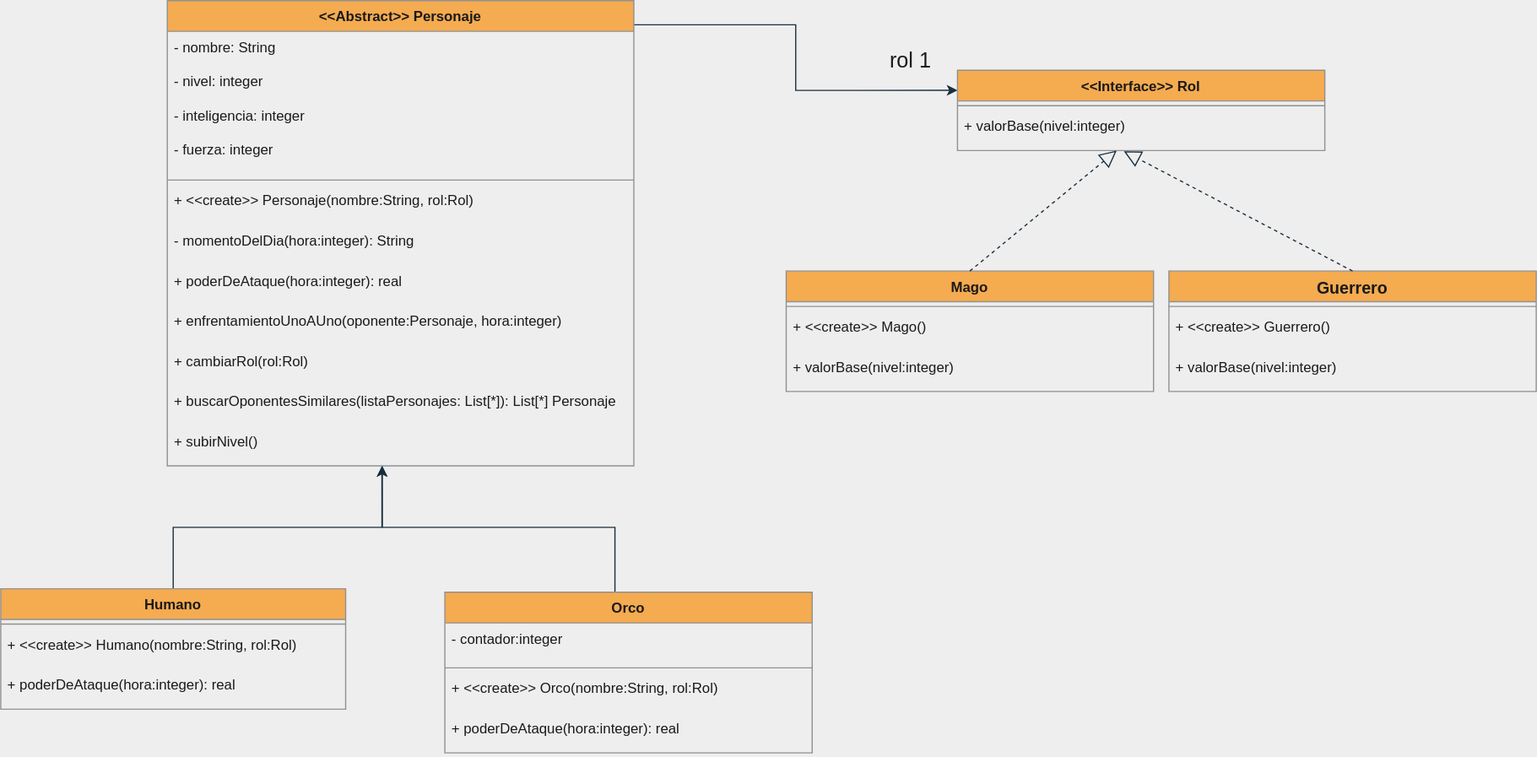
Before: Parciales/ResolucionParcial02/UMLParcial02.svg, a diagram exported from draw.io (dazayamil/Java_Objetos1). Source tidied: cells renumbered, new cells last; positions are measured from the earlier drawing's top-left corner, leaving out a move shared by most shapes. Source of this version:
```xml
<mxGraphModel background="#EEEEEE">
  <root>
    <mxCell id="0" />
    <mxCell id="1" parent="0" />
    <mxCell id="2" style="edgeStyle=orthogonalEdgeStyle;rounded=0;jettySize=auto;html=1;entryX=0;entryY=0.25;entryDx=0;entryDy=0;strokeColor=#182E3E;fontColor=#1A1A1A;exitX=0.998;exitY=0.052;exitDx=0;exitDy=0;exitPerimeter=0;" parent="1" edge="1" source="3" target="27">
      <mxGeometry relative="1" as="geometry" />
    </mxCell>
    <mxCell id="3" value="&lt;&lt;Abstract&gt;&gt; Personaje" style="swimlane;fontStyle=1;align=center;verticalAlign=top;horizontal=1;startSize=26;fillColor=#F5AB50;strokeColor=#909090;fontColor=#1A1A1A;" parent="1" vertex="1">
      <mxGeometry x="141" width="395" height="394" as="geometry" />
    </mxCell>
    <mxCell id="4" value="- nombre: String" style="text;strokeColor=none;fillColor=none;align=left;verticalAlign=top;spacingLeft=4;spacingRight=4;overflow=hidden;fontColor=#1A1A1A;" parent="3" vertex="1">
      <mxGeometry y="26" width="395" height="29" as="geometry" />
    </mxCell>
    <mxCell id="5" value="- nivel: integer" style="text;strokeColor=none;fillColor=none;align=left;verticalAlign=top;spacingLeft=4;spacingRight=4;overflow=hidden;fontColor=#1A1A1A;" parent="3" vertex="1">
      <mxGeometry y="55" width="395" height="29" as="geometry" />
    </mxCell>
    <mxCell id="6" value="- inteligencia: integer" style="text;strokeColor=none;fillColor=none;align=left;verticalAlign=top;spacingLeft=4;spacingRight=4;overflow=hidden;fontColor=#1A1A1A;" parent="3" vertex="1">
      <mxGeometry y="84" width="395" height="29" as="geometry" />
    </mxCell>
    <mxCell id="7" value="- fuerza: integer" style="text;strokeColor=none;fillColor=none;align=left;verticalAlign=top;spacingLeft=4;spacingRight=4;overflow=hidden;fontColor=#1A1A1A;" parent="3" vertex="1">
      <mxGeometry y="113" width="395" height="35" as="geometry" />
    </mxCell>
    <mxCell id="8" style="line;strokeWidth=1;fillColor=none;align=left;verticalAlign=middle;spacingTop=-1;spacingLeft=3;spacingRight=3;labelPosition=right;strokeColor=#909090;labelBackgroundColor=#EEEEEE;fontColor=#1A1A1A;" parent="3" vertex="1">
      <mxGeometry y="148" width="395" height="8" as="geometry" />
    </mxCell>
    <mxCell id="9" value="+ &lt;&lt;create&gt;&gt; Personaje(nombre:String, rol:Rol)" style="text;strokeColor=none;fillColor=none;align=left;verticalAlign=top;spacingLeft=4;spacingRight=4;overflow=hidden;fontColor=#1A1A1A;" parent="3" vertex="1">
      <mxGeometry y="156" width="395" height="34" as="geometry" />
    </mxCell>
    <mxCell id="10" value="- momentoDelDia(hora:integer): String" style="text;strokeColor=none;fillColor=none;align=left;verticalAlign=top;spacingLeft=4;spacingRight=4;overflow=hidden;fontColor=#1A1A1A;" parent="3" vertex="1">
      <mxGeometry y="190" width="395" height="34" as="geometry" />
    </mxCell>
    <mxCell id="11" value="+ poderDeAtaque(hora:integer): real" style="text;strokeColor=none;fillColor=none;align=left;verticalAlign=top;spacingLeft=4;spacingRight=4;overflow=hidden;fontColor=#1A1A1A;" parent="3" vertex="1">
      <mxGeometry y="224" width="395" height="34" as="geometry" />
    </mxCell>
    <mxCell id="12" value="+ enfrentamientoUnoAUno(oponente:Personaje, hora:integer)" style="text;strokeColor=none;fillColor=none;align=left;verticalAlign=top;spacingLeft=4;spacingRight=4;overflow=hidden;fontColor=#1A1A1A;" parent="3" vertex="1">
      <mxGeometry y="258" width="395" height="34" as="geometry" />
    </mxCell>
    <mxCell id="13" value="+ cambiarRol(rol:Rol)" style="text;strokeColor=none;fillColor=none;align=left;verticalAlign=top;spacingLeft=4;spacingRight=4;overflow=hidden;fontColor=#1A1A1A;" parent="3" vertex="1">
      <mxGeometry y="292" width="395" height="34" as="geometry" />
    </mxCell>
    <mxCell id="14" value="+ buscarOponentesSimilares(listaPersonajes: List[*]): List[*] Personaje" style="text;strokeColor=none;fillColor=none;align=left;verticalAlign=top;spacingLeft=4;spacingRight=4;overflow=hidden;fontColor=#1A1A1A;" parent="3" vertex="1">
      <mxGeometry y="326" width="395" height="34" as="geometry" />
    </mxCell>
    <mxCell id="15" value="+ subirNivel()" style="text;strokeColor=none;fillColor=none;align=left;verticalAlign=top;spacingLeft=4;spacingRight=4;overflow=hidden;points=[[0,0.5],[1,0.5]];portConstraint=eastwest;fontColor=#1A1A1A;" parent="3" vertex="1">
      <mxGeometry y="360" width="395" height="34" as="geometry" />
    </mxCell>
    <mxCell id="16" style="edgeStyle=orthogonalEdgeStyle;rounded=0;jettySize=auto;html=1;entryX=0.46;entryY=1.004;entryDx=0;entryDy=0;entryPerimeter=0;strokeColor=#182E3E;fontColor=#1A1A1A;" parent="1" edge="1" source="17" target="15">
      <mxGeometry relative="1" as="geometry" />
    </mxCell>
    <mxCell id="17" value="Humano" style="swimlane;fontStyle=1;align=center;verticalAlign=top;horizontal=1;startSize=26;fillColor=#F5AB50;strokeColor=#909090;fontColor=#1A1A1A;" parent="1" vertex="1">
      <mxGeometry y="498" width="292" height="102" as="geometry" />
    </mxCell>
    <mxCell id="18" style="line;strokeWidth=1;fillColor=none;align=left;verticalAlign=middle;spacingTop=-1;spacingLeft=3;spacingRight=3;labelPosition=right;strokeColor=#909090;labelBackgroundColor=#EEEEEE;fontColor=#1A1A1A;" parent="17" vertex="1">
      <mxGeometry y="26" width="292" height="8" as="geometry" />
    </mxCell>
    <mxCell id="19" value="+ &lt;&lt;create&gt;&gt; Humano(nombre:String, rol:Rol)" style="text;strokeColor=none;fillColor=none;align=left;verticalAlign=top;spacingLeft=4;spacingRight=4;overflow=hidden;fontColor=#1A1A1A;" parent="17" vertex="1">
      <mxGeometry y="34" width="292" height="34" as="geometry" />
    </mxCell>
    <mxCell id="20" value="+ poderDeAtaque(hora:integer): real" style="text;strokeColor=none;fillColor=none;align=left;verticalAlign=top;spacingLeft=4;spacingRight=4;overflow=hidden;fontColor=#1A1A1A;" parent="17" vertex="1">
      <mxGeometry y="68" width="292" height="34" as="geometry" />
    </mxCell>
    <mxCell id="21" style="edgeStyle=orthogonalEdgeStyle;rounded=0;jettySize=auto;html=1;strokeColor=#182E3E;fontColor=#1A1A1A;exitX=0.463;exitY=0;exitDx=0;exitDy=0;exitPerimeter=0;" parent="1" edge="1" source="22">
      <mxGeometry relative="1" as="geometry">
        <mxPoint x="323" y="394" as="targetPoint" />
        <Array as="points">
          <mxPoint x="520" y="446" />
          <mxPoint x="323" y="446" />
        </Array>
      </mxGeometry>
    </mxCell>
    <mxCell id="22" value="Orco" style="swimlane;fontStyle=1;align=center;verticalAlign=top;horizontal=1;startSize=26;fillColor=#F5AB50;strokeColor=#909090;fontColor=#1A1A1A;" parent="1" vertex="1">
      <mxGeometry x="376" y="501" width="311" height="136" as="geometry" />
    </mxCell>
    <mxCell id="23" value="- contador:integer" style="text;strokeColor=none;fillColor=none;align=left;verticalAlign=top;spacingLeft=4;spacingRight=4;overflow=hidden;fontColor=#1A1A1A;" parent="22" vertex="1">
      <mxGeometry y="26" width="311" height="34" as="geometry" />
    </mxCell>
    <mxCell id="24" style="line;strokeWidth=1;fillColor=none;align=left;verticalAlign=middle;spacingTop=-1;spacingLeft=3;spacingRight=3;labelPosition=right;strokeColor=#909090;labelBackgroundColor=#EEEEEE;fontColor=#1A1A1A;" parent="22" vertex="1">
      <mxGeometry y="60" width="311" height="8" as="geometry" />
    </mxCell>
    <mxCell id="25" value="+ &lt;&lt;create&gt;&gt; Orco(nombre:String, rol:Rol)" style="text;strokeColor=none;fillColor=none;align=left;verticalAlign=top;spacingLeft=4;spacingRight=4;overflow=hidden;fontColor=#1A1A1A;" parent="22" vertex="1">
      <mxGeometry y="68" width="311" height="34" as="geometry" />
    </mxCell>
    <mxCell id="26" value="+ poderDeAtaque(hora:integer): real" style="text;strokeColor=none;fillColor=none;align=left;verticalAlign=top;spacingLeft=4;spacingRight=4;overflow=hidden;fontColor=#1A1A1A;" parent="22" vertex="1">
      <mxGeometry y="102" width="311" height="34" as="geometry" />
    </mxCell>
    <mxCell id="27" value="&lt;&lt;Interface&gt;&gt; Rol" style="swimlane;fontStyle=1;align=center;verticalAlign=top;horizontal=1;startSize=26;fillColor=#F5AB50;strokeColor=#909090;fontColor=#1A1A1A;" parent="1" vertex="1">
      <mxGeometry x="810" y="59" width="311" height="68" as="geometry" />
    </mxCell>
    <mxCell id="28" style="line;strokeWidth=1;fillColor=none;align=left;verticalAlign=middle;spacingTop=-1;spacingLeft=3;spacingRight=3;labelPosition=right;strokeColor=#909090;labelBackgroundColor=#EEEEEE;fontColor=#1A1A1A;" parent="27" vertex="1">
      <mxGeometry y="26" width="311" height="8" as="geometry" />
    </mxCell>
    <mxCell id="29" value="+ valorBase(nivel:integer)" style="text;strokeColor=none;fillColor=none;align=left;verticalAlign=top;spacingLeft=4;spacingRight=4;overflow=hidden;points=[[0,0.5],[1,0.5]];portConstraint=eastwest;fontColor=#1A1A1A;" parent="27" vertex="1">
      <mxGeometry y="34" width="311" height="34" as="geometry" />
    </mxCell>
    <mxCell id="30" value="&lt;font style=&quot;font-size: 18px;&quot;&gt;rol 1&lt;/font&gt;" style="text;html=1;align=center;verticalAlign=middle;strokeColor=none;fillColor=none;fontColor=#1A1A1A;" parent="1" vertex="1">
      <mxGeometry x="744" y="34" width="53" height="34" as="geometry" />
    </mxCell>
    <mxCell id="31" value="Mago" style="swimlane;fontStyle=1;align=center;verticalAlign=top;horizontal=1;startSize=26;fillColor=#F5AB50;strokeColor=#909090;fontColor=#1A1A1A;" parent="1" vertex="1">
      <mxGeometry x="665" y="229" width="311" height="102" as="geometry" />
    </mxCell>
    <mxCell id="32" style="line;strokeWidth=1;fillColor=none;align=left;verticalAlign=middle;spacingTop=-1;spacingLeft=3;spacingRight=3;labelPosition=right;strokeColor=#909090;labelBackgroundColor=#EEEEEE;fontColor=#1A1A1A;" parent="31" vertex="1">
      <mxGeometry y="26" width="311" height="8" as="geometry" />
    </mxCell>
    <mxCell id="33" value="+ &lt;&lt;create&gt;&gt; Mago()" style="text;strokeColor=none;fillColor=none;align=left;verticalAlign=top;spacingLeft=4;spacingRight=4;overflow=hidden;fontColor=#1A1A1A;" parent="31" vertex="1">
      <mxGeometry y="34" width="311" height="34" as="geometry" />
    </mxCell>
    <mxCell id="34" value="+ valorBase(nivel:integer)" style="text;strokeColor=none;fillColor=none;align=left;verticalAlign=top;spacingLeft=4;spacingRight=4;overflow=hidden;fontColor=#1A1A1A;" parent="31" vertex="1">
      <mxGeometry y="68" width="311" height="34" as="geometry" />
    </mxCell>
    <mxCell id="35" value="Guerrero" style="swimlane;fontStyle=1;align=center;verticalAlign=top;horizontal=1;startSize=26;fillColor=#F5AB50;strokeColor=#909090;fontColor=#1A1A1A;fontSize=14;" parent="1" vertex="1">
      <mxGeometry x="989" y="229" width="311" height="102" as="geometry" />
    </mxCell>
    <mxCell id="36" style="line;strokeWidth=1;fillColor=none;align=left;verticalAlign=middle;spacingTop=-1;spacingLeft=3;spacingRight=3;labelPosition=right;strokeColor=#909090;labelBackgroundColor=#EEEEEE;fontColor=#1A1A1A;" parent="35" vertex="1">
      <mxGeometry y="26" width="311" height="8" as="geometry" />
    </mxCell>
    <mxCell id="37" value="+ &lt;&lt;create&gt;&gt; Guerrero()" style="text;strokeColor=none;fillColor=none;align=left;verticalAlign=top;spacingLeft=4;spacingRight=4;overflow=hidden;fontColor=#1A1A1A;" parent="35" vertex="1">
      <mxGeometry y="34" width="311" height="34" as="geometry" />
    </mxCell>
    <mxCell id="38" value="+ valorBase(nivel:integer)" style="text;strokeColor=none;fillColor=none;align=left;verticalAlign=top;spacingLeft=4;spacingRight=4;overflow=hidden;fontColor=#1A1A1A;" parent="35" vertex="1">
      <mxGeometry y="68" width="311" height="34" as="geometry" />
    </mxCell>
    <mxCell id="39" style="endArrow=block;dashed=1;endFill=0;endSize=12;html=1;rounded=0;strokeColor=#182E3E;fontSize=14;fontColor=#1A1A1A;exitX=0.5;exitY=0;exitDx=0;exitDy=0;" parent="1" edge="1" source="31" target="29">
      <mxGeometry relative="1" as="geometry" />
    </mxCell>
    <mxCell id="40" style="endArrow=block;dashed=1;endFill=0;endSize=12;html=1;rounded=0;strokeColor=#182E3E;fontSize=14;fontColor=#1A1A1A;exitX=0.5;exitY=0;exitDx=0;exitDy=0;entryX=0.453;entryY=1.015;entryDx=0;entryDy=0;entryPerimeter=0;" parent="1" edge="1" source="35" target="29">
      <mxGeometry relative="1" as="geometry" />
    </mxCell>
  </root>
</mxGraphModel>
```
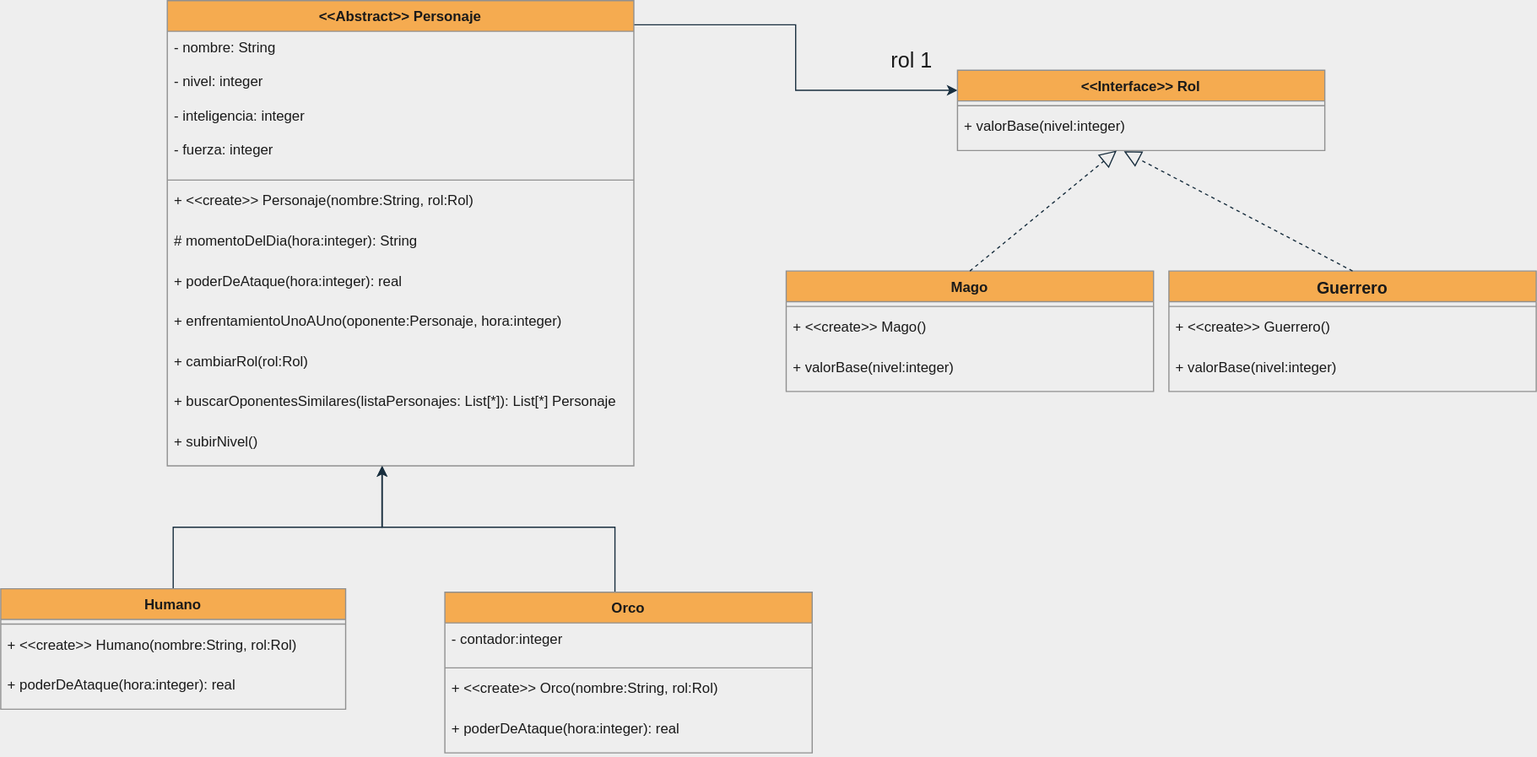
After the commit.

Diff of the diagram source:
```diff
@@ -26,7 +26,7 @@
     <mxCell id="9" value="+ &lt;&lt;create&gt;&gt; Personaje(nombre:String, rol:Rol)" style="text;strokeColor=none;fillColor=none;align=left;verticalAlign=top;spacingLeft=4;spacingRight=4;overflow=hidden;fontColor=#1A1A1A;" parent="3" vertex="1">
       <mxGeometry y="156" width="395" height="34" as="geometry" />
     </mxCell>
-    <mxCell id="10" value="- momentoDelDia(hora:integer): String" style="text;strokeColor=none;fillColor=none;align=left;verticalAlign=top;spacingLeft=4;spacingRight=4;overflow=hidden;fontColor=#1A1A1A;" parent="3" vertex="1">
+    <mxCell id="10" value="# momentoDelDia(hora:integer): String" style="text;strokeColor=none;fillColor=none;align=left;verticalAlign=top;spacingLeft=4;spacingRight=4;overflow=hidden;fontColor=#1A1A1A;" parent="3" vertex="1">
       <mxGeometry y="190" width="395" height="34" as="geometry" />
     </mxCell>
     <mxCell id="11" value="+ poderDeAtaque(hora:integer): real" style="text;strokeColor=none;fillColor=none;align=left;verticalAlign=top;spacingLeft=4;spacingRight=4;overflow=hidden;fontColor=#1A1A1A;" parent="3" vertex="1">
```
